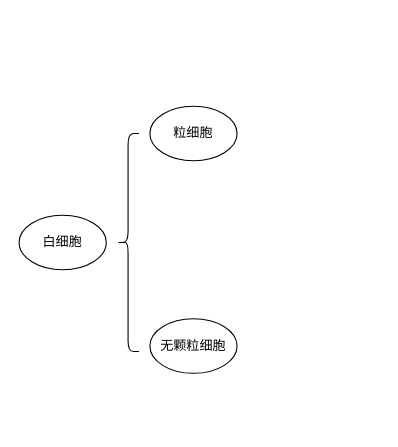
This is 细胞的分类.drawio from bluefantasy2014/draw.io, a draw.io file, before an edit. Source tidied: cells renumbered, new cells numbered last; positions are measured from the earlier drawing's top-left corner, leaving out a move shared by most shapes. Both pictures are drawn from the tidied source at 109%, with x=0, y=0 at pixel (19, 106).
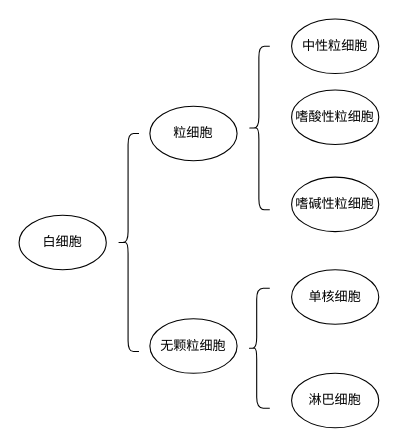
The same diagram, later.

Commit message:
Update 细胞的分类.drawio

Diff of the diagram source:
```diff
@@
 <mxGraphModel>
   <root>
     <mxCell id="0" />
     <mxCell id="1" parent="0" />
     <mxCell id="2" style="shape=curlyBracket;whiteSpace=wrap;html=1;rounded=1;" parent="1" vertex="1">
       <mxGeometry x="90" y="25" width="20" height="200" as="geometry" />
     </mxCell>
     <mxCell id="3" value="白细胞" style="ellipse;whiteSpace=wrap;html=1;" parent="1" vertex="1">
       <mxGeometry y="100" width="80" height="50" as="geometry" />
     </mxCell>
     <mxCell id="4" value="粒细胞" style="ellipse;whiteSpace=wrap;html=1;" parent="1" vertex="1">
       <mxGeometry x="120" width="80" height="50" as="geometry" />
     </mxCell>
     <mxCell id="5" value="无颗粒细胞" style="ellipse;whiteSpace=wrap;html=1;" parent="1" vertex="1">
       <mxGeometry x="120" y="195" width="80" height="50" as="geometry" />
     </mxCell>
+    <mxCell id="6" style="shape=curlyBracket;whiteSpace=wrap;html=1;rounded=1;" parent="1" vertex="1">
+      <mxGeometry x="210" y="-55" width="20" height="150" as="geometry" />
+    </mxCell>
+    <mxCell id="7" value="嗜碱性粒细胞" style="ellipse;whiteSpace=wrap;html=1;" parent="1" vertex="1">
+      <mxGeometry x="250" y="65" width="80" height="50" as="geometry" />
+    </mxCell>
+    <mxCell id="8" value="嗜酸性粒细胞" style="ellipse;whiteSpace=wrap;html=1;" parent="1" vertex="1">
+      <mxGeometry x="250" y="-15" width="80" height="50" as="geometry" />
+    </mxCell>
+    <mxCell id="9" value="中性粒细胞" style="ellipse;whiteSpace=wrap;html=1;" parent="1" vertex="1">
+      <mxGeometry x="250" y="-80" width="80" height="50" as="geometry" />
+    </mxCell>
+    <mxCell id="10" style="shape=curlyBracket;whiteSpace=wrap;html=1;rounded=1;size=0.4;" parent="1" vertex="1">
+      <mxGeometry x="210" y="167" width="20" height="110" as="geometry" />
+    </mxCell>
+    <mxCell id="11" value="单核细胞" style="ellipse;whiteSpace=wrap;html=1;" parent="1" vertex="1">
+      <mxGeometry x="250" y="150" width="80" height="50" as="geometry" />
+    </mxCell>
+    <mxCell id="12" value="淋巴细胞" style="ellipse;whiteSpace=wrap;html=1;" parent="1" vertex="1">
+      <mxGeometry x="250" y="245" width="80" height="50" as="geometry" />
+    </mxCell>
   </root>
 </mxGraphModel>
```
